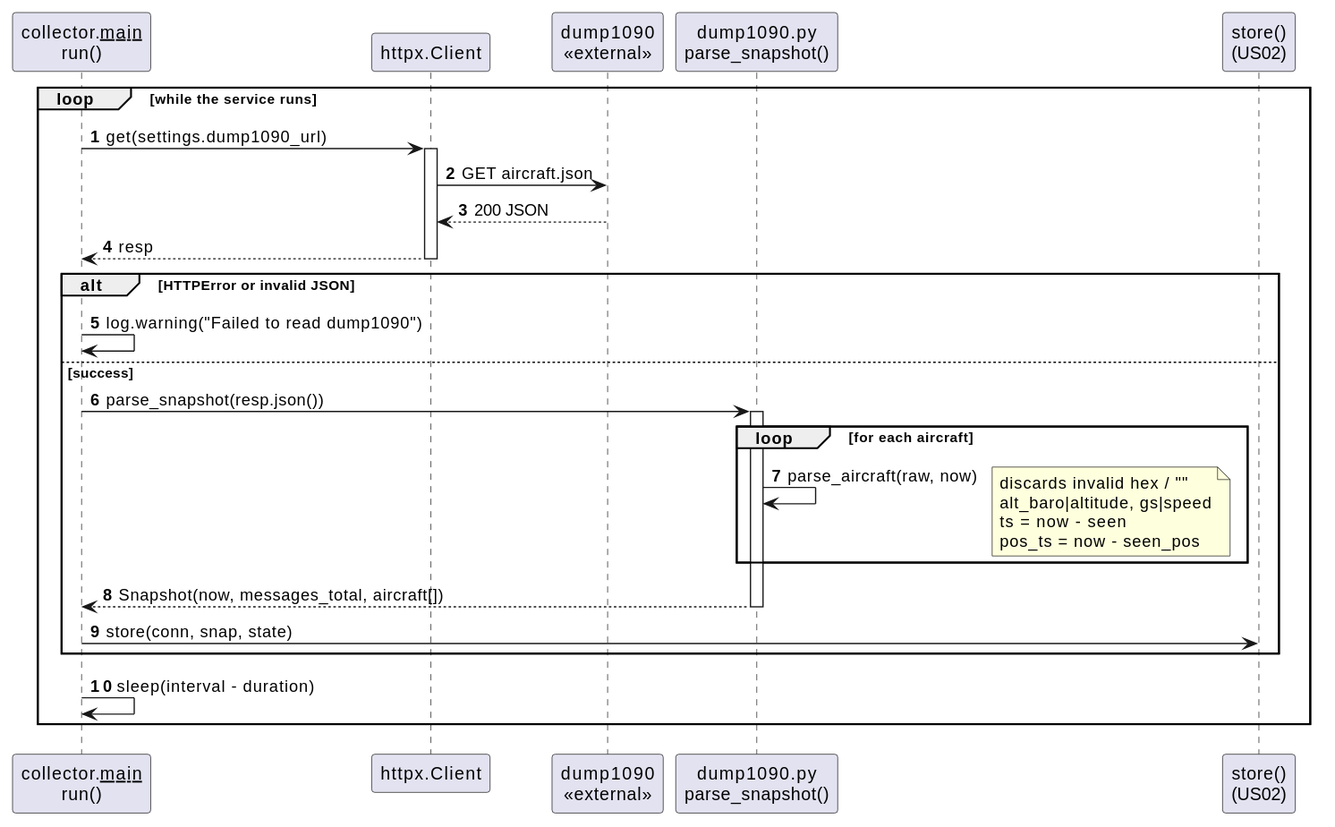
miguelsiilva1/SkyTracer keeps this PlantUML diagram as docs/system-documentation/use-cases/US01/svg/sd_us01.svg. Above is the earlier version.
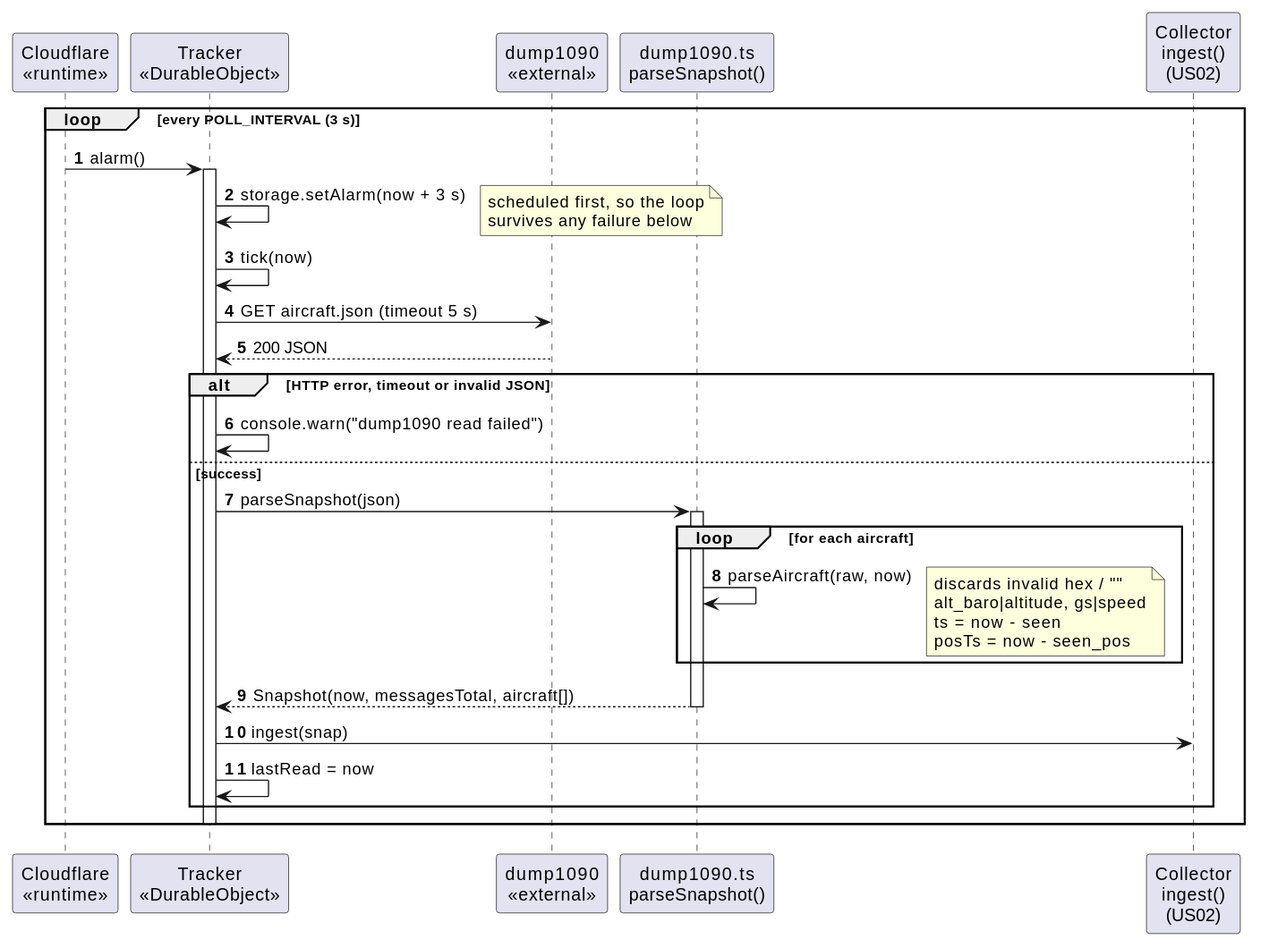
Above is the later version.

What changed in the source:
```diff
@@ -1,37 +1,39 @@
 @startuml
 autonumber
-participant "collector.__main__\nrun()" as Run
-participant "httpx.Client" as Http
+participant "Cloudflare\n<<runtime>>" as CF
+participant "Tracker\n<<DurableObject>>" as T
 participant "dump1090\n<<external>>" as D
-participant "dump1090.py\nparse_snapshot()" as Parser
-participant "store()\n(US02)" as Store
+participant "dump1090.ts\nparseSnapshot()" as Parser
+participant "Collector\ningest()\n(US02)" as C
 
-loop while the service runs
-  Run -> Http : get(settings.dump1090_url)
-  activate Http
-  Http -> D : GET aircraft.json
-  D --> Http : 200 JSON
-  Http --> Run : resp
-  deactivate Http
+loop every POLL_INTERVAL (3 s)
+  CF -> T : alarm()
+  activate T
+  T -> T : storage.setAlarm(now + 3 s)
+  note right: scheduled first, so the loop\nsurvives any failure below
+  T -> T : tick(now)
+  T -> D : GET aircraft.json (timeout 5 s)
+  D --> T : 200 JSON
 
-  alt HTTPError or invalid JSON
-    Run -> Run : log.warning("Failed to read dump1090")
+  alt HTTP error, timeout or invalid JSON
+    T -> T : console.warn("dump1090 read failed")
   else success
-    Run -> Parser : parse_snapshot(resp.json())
+    T -> Parser : parseSnapshot(json)
     activate Parser
     loop for each aircraft
-      Parser -> Parser : parse_aircraft(raw, now)
+      Parser -> Parser : parseAircraft(raw, now)
       note right
         discards invalid hex / "~"
         alt_baro|altitude, gs|speed
         ts = now - seen
-        pos_ts = now - seen_pos
+        posTs = now - seen_pos
       end note
     end
-    Parser --> Run : Snapshot(now, messages_total, aircraft[])
+    Parser --> T : Snapshot(now, messagesTotal, aircraft[])
     deactivate Parser
-    Run -> Store : store(conn, snap, state)
+    T -> C : ingest(snap)
+    T -> T : lastRead = now
   end
-  Run -> Run : sleep(interval - duration)
+  deactivate T
 end
 @enduml
```
